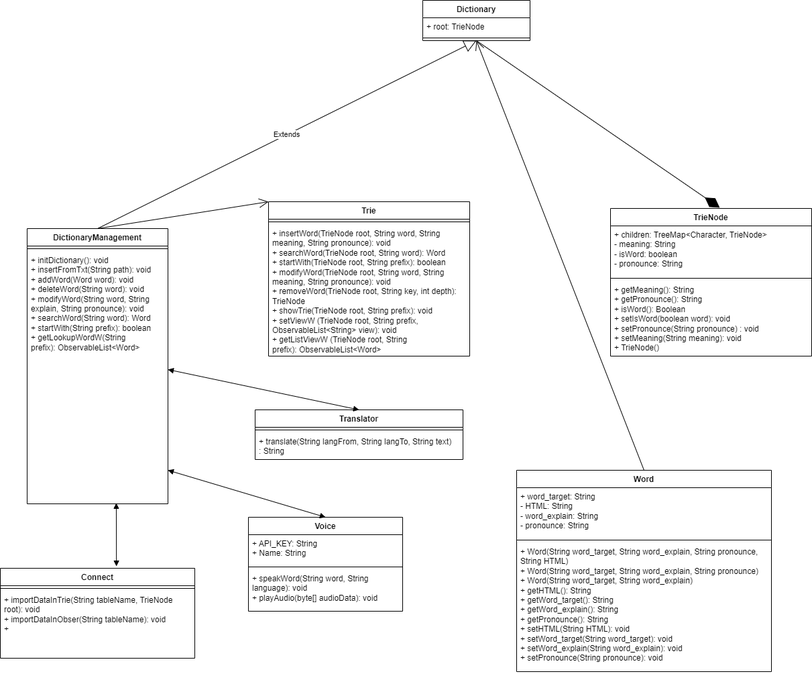
Before: Dictionary.drawio.png, a diagram exported from draw.io (Thangvu21/Project-OOP). Source tidied: cells renumbered, new cells last; positions are measured from the earlier drawing's top-left corner, leaving out a move shared by most shapes.
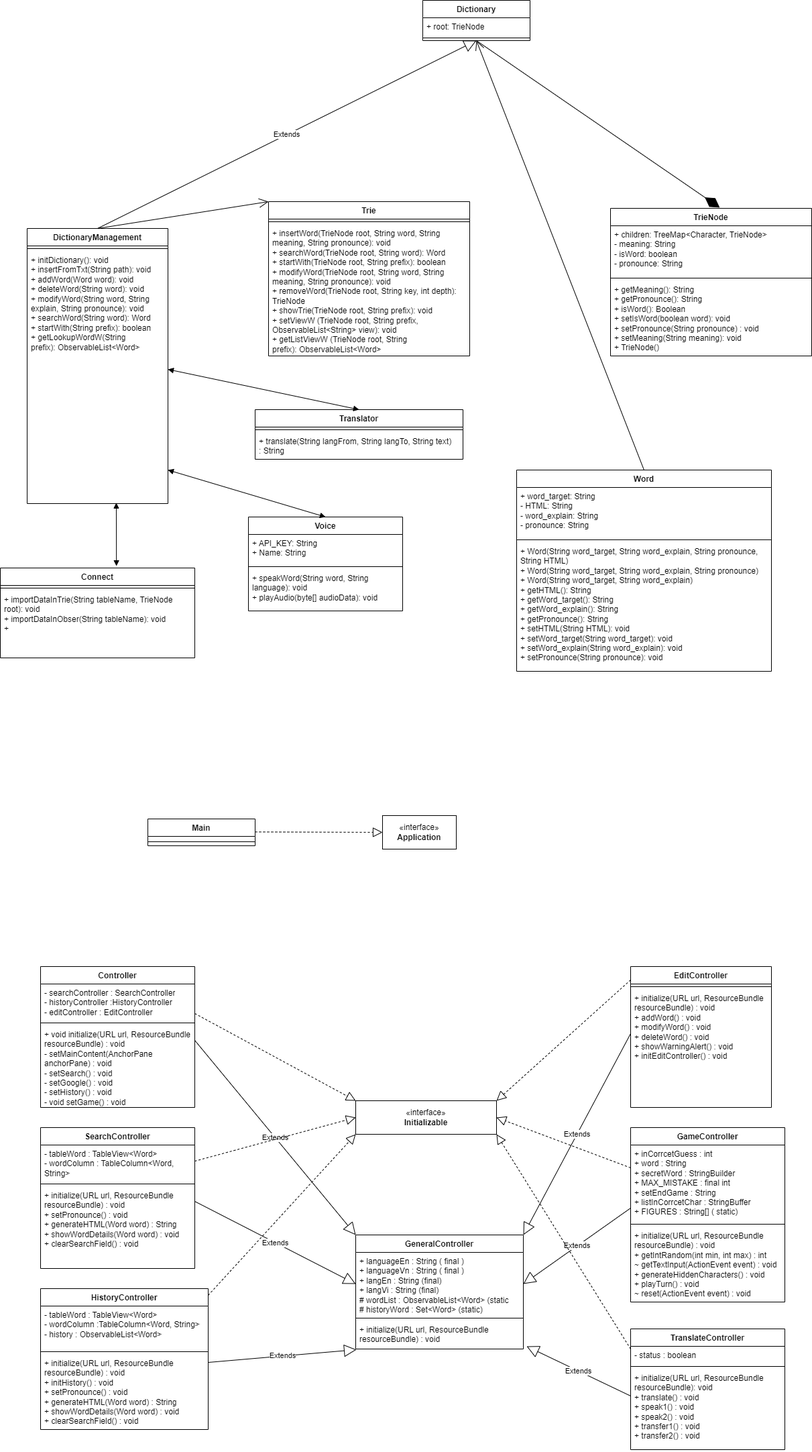
After the commit.

Commit message:
Cập nhật Dictionary.drawio.png

Change to the diagram source:
```diff
@@ -112,5 +112,169 @@
         <mxPoint x="250" y="550" as="sourcePoint" />
       </mxGeometry>
     </mxCell>
+    <mxCell id="36" value="Main&lt;br&gt;" style="swimlane;fontStyle=1;align=center;verticalAlign=top;horizontal=1;startSize=26;whiteSpace=wrap;html=1;" parent="1" vertex="1">
+      <mxGeometry x="220" y="1220" width="160" height="40" as="geometry" />
+    </mxCell>
+    <mxCell id="37" value="+ field: type" style="text;strokeColor=none;fillColor=none;align=left;verticalAlign=top;spacingLeft=4;spacingRight=4;overflow=hidden;whiteSpace=wrap;html=1;" parent="36" vertex="1">
+      <mxGeometry y="26" width="160" height="4" as="geometry" />
+    </mxCell>
+    <mxCell id="38" style="line;strokeWidth=1;fillColor=none;align=left;verticalAlign=middle;spacingTop=-1;spacingLeft=3;spacingRight=3;labelPosition=right;strokeColor=inherit;" parent="36" vertex="1">
+      <mxGeometry y="30" width="160" height="8" as="geometry" />
+    </mxCell>
+    <mxCell id="39" value="+ method(type): type" style="text;strokeColor=none;fillColor=none;align=left;verticalAlign=top;spacingLeft=4;spacingRight=4;overflow=hidden;whiteSpace=wrap;html=1;" parent="36" vertex="1">
+      <mxGeometry y="38" width="160" height="2" as="geometry" />
+    </mxCell>
+    <mxCell id="40" value="«interface»&lt;br&gt;&lt;b&gt;Application&lt;/b&gt;" style="html=1;whiteSpace=wrap;" parent="1" vertex="1">
+      <mxGeometry x="570" y="1215" width="110" height="50" as="geometry" />
+    </mxCell>
+    <mxCell id="41" value="Controller" style="swimlane;fontStyle=1;align=center;verticalAlign=top;horizontal=1;startSize=26;whiteSpace=wrap;html=1;" parent="1" vertex="1">
+      <mxGeometry x="60" y="1440" width="230" height="210" as="geometry" />
+    </mxCell>
+    <mxCell id="42" value="-&amp;nbsp;searchController :&amp;nbsp;SearchController&lt;br&gt;-&amp;nbsp;historyController :HistoryController&lt;br&gt;-&amp;nbsp;editController :&amp;nbsp;EditController" style="text;strokeColor=none;fillColor=none;align=left;verticalAlign=top;spacingLeft=4;spacingRight=4;overflow=hidden;whiteSpace=wrap;html=1;" parent="41" vertex="1">
+      <mxGeometry y="26" width="230" height="54" as="geometry" />
+    </mxCell>
+    <mxCell id="43" style="line;strokeWidth=1;fillColor=none;align=left;verticalAlign=middle;spacingTop=-1;spacingLeft=3;spacingRight=3;labelPosition=right;strokeColor=inherit;" parent="41" vertex="1">
+      <mxGeometry y="80" width="230" height="8" as="geometry" />
+    </mxCell>
+    <mxCell id="44" value="+&amp;nbsp;void initialize(URL url, ResourceBundle resourceBundle) : void&lt;br&gt;-&amp;nbsp;setMainContent(AnchorPane anchorPane) : void&lt;br&gt;-&amp;nbsp;setSearch() : void&lt;br&gt;-&amp;nbsp;setGoogle() : void&lt;br&gt;-&amp;nbsp;setHistory() : void&lt;br&gt;-&amp;nbsp;void setGame() : void" style="text;strokeColor=none;fillColor=none;align=left;verticalAlign=top;spacingLeft=4;spacingRight=4;overflow=hidden;whiteSpace=wrap;html=1;" parent="41" vertex="1">
+      <mxGeometry y="88" width="230" height="122" as="geometry" />
+    </mxCell>
+    <mxCell id="45" value="GeneralController" style="swimlane;fontStyle=1;align=center;verticalAlign=top;horizontal=1;startSize=26;whiteSpace=wrap;html=1;" parent="1" vertex="1">
+      <mxGeometry x="530" y="1840" width="250" height="170" as="geometry" />
+    </mxCell>
+    <mxCell id="46" value="+&amp;nbsp;languageEn : String ( final )&lt;br&gt;+&amp;nbsp;languageVn : String ( final )&lt;br&gt;+&amp;nbsp;langEn : String (final)&lt;br&gt;+&amp;nbsp;langVi : String (final)&lt;br&gt;# wordList :&amp;nbsp;ObservableList&amp;lt;Word&amp;gt; (static&lt;br&gt;#&amp;nbsp;historyWord :&amp;nbsp;Set&amp;lt;Word&amp;gt; (static)" style="text;strokeColor=none;fillColor=none;align=left;verticalAlign=top;spacingLeft=4;spacingRight=4;overflow=hidden;points=[[0,0.5],[1,0.5]];portConstraint=eastwest;whiteSpace=wrap;html=1;" parent="45" vertex="1">
+      <mxGeometry y="26" width="250" height="94" as="geometry" />
+    </mxCell>
+    <mxCell id="47" style="line;strokeWidth=1;fillColor=none;align=left;verticalAlign=middle;spacingTop=-1;spacingLeft=3;spacingRight=3;labelPosition=right;strokeColor=inherit;" parent="45" vertex="1">
+      <mxGeometry y="120" width="250" height="8" as="geometry" />
+    </mxCell>
+    <mxCell id="48" value="+&amp;nbsp;initialize(URL url, ResourceBundle resourceBundle) : void&lt;br&gt;" style="text;strokeColor=none;fillColor=none;align=left;verticalAlign=top;spacingLeft=4;spacingRight=4;overflow=hidden;points=[[0,0.5],[1,0.5]];portConstraint=eastwest;whiteSpace=wrap;html=1;" parent="45" vertex="1">
+      <mxGeometry y="128" width="250" height="42" as="geometry" />
+    </mxCell>
+    <mxCell id="49" value="SearchController" style="swimlane;fontStyle=1;align=center;verticalAlign=top;horizontal=1;startSize=26;whiteSpace=wrap;html=1;" parent="1" vertex="1">
+      <mxGeometry x="60" y="1680" width="230" height="210" as="geometry" />
+    </mxCell>
+    <mxCell id="50" value="-&amp;nbsp;tableWord :&amp;nbsp;TableView&amp;lt;Word&amp;gt;&lt;br&gt;-&amp;nbsp;wordColumn :&amp;nbsp;TableColumn&amp;lt;Word, String&amp;gt;" style="text;strokeColor=none;fillColor=none;align=left;verticalAlign=top;spacingLeft=4;spacingRight=4;overflow=hidden;whiteSpace=wrap;html=1;" parent="49" vertex="1">
+      <mxGeometry y="26" width="230" height="54" as="geometry" />
+    </mxCell>
+    <mxCell id="51" style="line;strokeWidth=1;fillColor=none;align=left;verticalAlign=middle;spacingTop=-1;spacingLeft=3;spacingRight=3;labelPosition=right;strokeColor=inherit;" parent="49" vertex="1">
+      <mxGeometry y="80" width="230" height="8" as="geometry" />
+    </mxCell>
+    <mxCell id="52" value="+&amp;nbsp;initialize(URL url, ResourceBundle resourceBundle) : void&lt;br&gt;+&amp;nbsp;setPronounce() : void&lt;br&gt;+&amp;nbsp;generateHTML(Word word) : String&lt;br&gt;+&amp;nbsp;showWordDetails(Word word) : void&lt;br&gt;+&amp;nbsp;clearSearchField() : void" style="text;strokeColor=none;fillColor=none;align=left;verticalAlign=top;spacingLeft=4;spacingRight=4;overflow=hidden;whiteSpace=wrap;html=1;" parent="49" vertex="1">
+      <mxGeometry y="88" width="230" height="122" as="geometry" />
+    </mxCell>
+    <mxCell id="53" value="HistoryController" style="swimlane;fontStyle=1;align=center;verticalAlign=top;horizontal=1;startSize=26;whiteSpace=wrap;html=1;" parent="1" vertex="1">
+      <mxGeometry x="60" y="1920" width="250" height="210" as="geometry" />
+    </mxCell>
+    <mxCell id="54" value="-&amp;nbsp;tableWord :&amp;nbsp;TableView&amp;lt;Word&amp;gt;&lt;br&gt;-&amp;nbsp;wordColumn :TableColumn&amp;lt;Word, String&amp;gt;&lt;br&gt;-&amp;nbsp;history :&amp;nbsp;ObservableList&amp;lt;Word&amp;gt;&lt;br&gt;" style="text;strokeColor=none;fillColor=none;align=left;verticalAlign=top;spacingLeft=4;spacingRight=4;overflow=hidden;whiteSpace=wrap;html=1;" parent="53" vertex="1">
+      <mxGeometry y="26" width="250" height="64" as="geometry" />
+    </mxCell>
+    <mxCell id="55" style="line;strokeWidth=1;fillColor=none;align=left;verticalAlign=middle;spacingTop=-1;spacingLeft=3;spacingRight=3;labelPosition=right;strokeColor=inherit;" parent="53" vertex="1">
+      <mxGeometry y="90" width="250" height="8" as="geometry" />
+    </mxCell>
+    <mxCell id="56" value="+&amp;nbsp;initialize(URL url, ResourceBundle resourceBundle) : void&lt;br&gt;+&amp;nbsp;initHistory() : void&lt;br&gt;+&amp;nbsp;setPronounce() : void&lt;br&gt;+&amp;nbsp;generateHTML(Word word) : String&lt;br&gt;+&amp;nbsp;showWordDetails(Word word) : void&lt;br&gt;+&amp;nbsp;clearSearchField() : void&lt;br&gt;" style="text;strokeColor=none;fillColor=none;align=left;verticalAlign=top;spacingLeft=4;spacingRight=4;overflow=hidden;whiteSpace=wrap;html=1;" parent="53" vertex="1">
+      <mxGeometry y="98" width="250" height="112" as="geometry" />
+    </mxCell>
+    <mxCell id="57" value="EditController" style="swimlane;fontStyle=1;align=center;verticalAlign=top;horizontal=1;startSize=26;whiteSpace=wrap;html=1;" parent="1" vertex="1">
+      <mxGeometry x="940" y="1440" width="210" height="210" as="geometry" />
+    </mxCell>
+    <mxCell id="58" style="endArrow=block;dashed=1;endFill=0;endSize=12;html=1;rounded=0;entryX=1;entryY=0;entryDx=0;entryDy=0;" parent="57" edge="1" target="68">
+      <mxGeometry relative="1" as="geometry">
+        <mxPoint y="20" as="sourcePoint" />
+      </mxGeometry>
+    </mxCell>
+    <mxCell id="59" style="line;strokeWidth=1;fillColor=none;align=left;verticalAlign=middle;spacingTop=-1;spacingLeft=3;spacingRight=3;labelPosition=right;strokeColor=inherit;" parent="57" vertex="1">
+      <mxGeometry y="26" width="210" height="8" as="geometry" />
+    </mxCell>
+    <mxCell id="60" value="Extends" style="endArrow=block;endSize=16;endFill=0;html=1;rounded=0;entryX=1;entryY=0;entryDx=0;entryDy=0;" parent="57" edge="1" target="45">
+      <mxGeometry relative="1" as="geometry">
+        <mxPoint y="100" as="sourcePoint" />
+      </mxGeometry>
+    </mxCell>
+    <mxCell id="61" value="+&amp;nbsp;initialize(URL url, ResourceBundle resourceBundle) : void&lt;br&gt;+&amp;nbsp;addWord() : void&lt;br&gt;+&amp;nbsp;modifyWord() : void&lt;br&gt;+&amp;nbsp;deleteWord() : void&lt;br&gt;+&amp;nbsp;showWarningAlert() : void&lt;br&gt;+&amp;nbsp;initEditController() : void&lt;br&gt;" style="text;strokeColor=none;fillColor=none;align=left;verticalAlign=top;spacingLeft=4;spacingRight=4;overflow=hidden;whiteSpace=wrap;html=1;" parent="57" vertex="1">
+      <mxGeometry y="34" width="210" height="176" as="geometry" />
+    </mxCell>
+    <mxCell id="62" value="GameController" style="swimlane;fontStyle=1;align=center;verticalAlign=top;horizontal=1;startSize=26;whiteSpace=wrap;html=1;" parent="1" vertex="1">
+      <mxGeometry x="940" y="1680" width="230" height="260" as="geometry" />
+    </mxCell>
+    <mxCell id="63" style="endArrow=block;dashed=1;endFill=0;endSize=12;html=1;rounded=0;entryX=1;entryY=0.5;entryDx=0;entryDy=0;" parent="62" edge="1" target="68">
+      <mxGeometry relative="1" as="geometry">
+        <mxPoint y="60" as="sourcePoint" />
+      </mxGeometry>
+    </mxCell>
+    <mxCell id="64" value="+&amp;nbsp;inCorrcetGuess : int&lt;br&gt;+&amp;nbsp;word : String&lt;br&gt;+&amp;nbsp;secretWord :&amp;nbsp;StringBuilder&lt;br&gt;+&amp;nbsp;MAX_MISTAKE : final int&lt;br&gt;+&amp;nbsp;setEndGame : String&lt;br&gt;+&amp;nbsp;listInCorrcetChar :&amp;nbsp;StringBuffer&lt;br&gt;+&amp;nbsp;FIGURES :&amp;nbsp;String[] ( static)" style="text;strokeColor=none;fillColor=none;align=left;verticalAlign=top;spacingLeft=4;spacingRight=4;overflow=hidden;whiteSpace=wrap;html=1;" parent="62" vertex="1">
+      <mxGeometry y="26" width="230" height="114" as="geometry" />
+    </mxCell>
+    <mxCell id="65" value="Extends" style="endArrow=block;endSize=16;endFill=0;html=1;rounded=0;entryX=1;entryY=0.5;entryDx=0;entryDy=0;" parent="62" edge="1" target="46">
+      <mxGeometry relative="1" as="geometry">
+        <mxPoint y="120" as="sourcePoint" />
+      </mxGeometry>
+    </mxCell>
+    <mxCell id="66" style="line;strokeWidth=1;fillColor=none;align=left;verticalAlign=middle;spacingTop=-1;spacingLeft=3;spacingRight=3;labelPosition=right;strokeColor=inherit;" parent="62" vertex="1">
+      <mxGeometry y="140" width="230" height="8" as="geometry" />
+    </mxCell>
+    <mxCell id="67" value="+&amp;nbsp;initialize(URL url, ResourceBundle resourceBundle) : void&lt;br&gt;+&amp;nbsp;getIntRandom(int min, int max) : int&lt;br&gt;~&amp;nbsp;getTextInput(ActionEvent event) : void&lt;br&gt;+&amp;nbsp;generateHiddenCharacters() : void&lt;br&gt;+&amp;nbsp;playTurn() : void&lt;br&gt;~&amp;nbsp;reset(ActionEvent event) : void" style="text;strokeColor=none;fillColor=none;align=left;verticalAlign=top;spacingLeft=4;spacingRight=4;overflow=hidden;whiteSpace=wrap;html=1;" parent="62" vertex="1">
+      <mxGeometry y="148" width="230" height="112" as="geometry" />
+    </mxCell>
+    <mxCell id="68" value="«interface»&lt;br&gt;&lt;b&gt;Initializable&lt;/b&gt;" style="html=1;whiteSpace=wrap;" parent="1" vertex="1">
+      <mxGeometry x="530" y="1640" width="210" height="50" as="geometry" />
+    </mxCell>
+    <mxCell id="69" value="TranslateController" style="swimlane;fontStyle=1;align=center;verticalAlign=top;horizontal=1;startSize=26;whiteSpace=wrap;html=1;" parent="1" vertex="1">
+      <mxGeometry x="940" y="1980" width="230" height="180" as="geometry" />
+    </mxCell>
+    <mxCell id="70" style="endArrow=block;dashed=1;endFill=0;endSize=12;html=1;rounded=0;entryX=1;entryY=1;entryDx=0;entryDy=0;" parent="69" edge="1" target="68">
+      <mxGeometry relative="1" as="geometry">
+        <mxPoint y="30" as="sourcePoint" />
+      </mxGeometry>
+    </mxCell>
+    <mxCell id="71" value="-&amp;nbsp;status : boolean" style="text;strokeColor=none;fillColor=none;align=left;verticalAlign=top;spacingLeft=4;spacingRight=4;overflow=hidden;whiteSpace=wrap;html=1;" parent="69" vertex="1">
+      <mxGeometry y="26" width="230" height="26" as="geometry" />
+    </mxCell>
+    <mxCell id="72" style="line;strokeWidth=1;fillColor=none;align=left;verticalAlign=middle;spacingTop=-1;spacingLeft=3;spacingRight=3;labelPosition=right;strokeColor=inherit;" parent="69" vertex="1">
+      <mxGeometry y="52" width="230" height="8" as="geometry" />
+    </mxCell>
+    <mxCell id="73" value="Extends" style="endArrow=block;endSize=16;endFill=0;html=1;rounded=0;entryX=1.02;entryY=0.905;entryDx=0;entryDy=0;entryPerimeter=0;" parent="69" edge="1" target="48">
+      <mxGeometry relative="1" as="geometry">
+        <mxPoint y="100" as="sourcePoint" />
+      </mxGeometry>
+    </mxCell>
+    <mxCell id="74" value="+&amp;nbsp;initialize(URL url, ResourceBundle resourceBundle): void&lt;br&gt;+&amp;nbsp;translate() : void&lt;br&gt;+&amp;nbsp;speak1() : void&lt;br&gt;+&amp;nbsp;speak2() : void&lt;br&gt;+&amp;nbsp;transfer1() : void&lt;br&gt;+&amp;nbsp;transfer2() : void" style="text;strokeColor=none;fillColor=none;align=left;verticalAlign=top;spacingLeft=4;spacingRight=4;overflow=hidden;whiteSpace=wrap;html=1;" parent="69" vertex="1">
+      <mxGeometry y="60" width="230" height="120" as="geometry" />
+    </mxCell>
+    <mxCell id="75" value="Extends" style="endArrow=block;endSize=16;endFill=0;html=1;rounded=0;entryX=0;entryY=0;entryDx=0;entryDy=0;" parent="1" edge="1" target="45">
+      <mxGeometry relative="1" as="geometry">
+        <mxPoint x="290" y="1550" as="sourcePoint" />
+      </mxGeometry>
+    </mxCell>
+    <mxCell id="76" value="Extends" style="endArrow=block;endSize=16;endFill=0;html=1;rounded=0;entryX=0;entryY=0.5;entryDx=0;entryDy=0;" parent="1" edge="1" target="46">
+      <mxGeometry relative="1" as="geometry">
+        <mxPoint x="290" y="1790" as="sourcePoint" />
+      </mxGeometry>
+    </mxCell>
+    <mxCell id="77" value="Extends" style="endArrow=block;endSize=16;endFill=0;html=1;rounded=0;entryX=0.004;entryY=1.024;entryDx=0;entryDy=0;entryPerimeter=0;" parent="1" edge="1" target="48">
+      <mxGeometry relative="1" as="geometry">
+        <mxPoint x="310" y="2030" as="sourcePoint" />
+      </mxGeometry>
+    </mxCell>
+    <mxCell id="78" style="endArrow=block;dashed=1;endFill=0;endSize=12;html=1;rounded=0;entryX=0;entryY=0.5;entryDx=0;entryDy=0;" parent="1" edge="1" target="40">
+      <mxGeometry relative="1" as="geometry">
+        <mxPoint x="380" y="1239.4" as="sourcePoint" />
+      </mxGeometry>
+    </mxCell>
+    <mxCell id="79" style="endArrow=block;dashed=1;endFill=0;endSize=12;html=1;rounded=0;entryX=0;entryY=0;entryDx=0;entryDy=0;" parent="1" edge="1" target="68">
+      <mxGeometry relative="1" as="geometry">
+        <mxPoint x="290" y="1510" as="sourcePoint" />
+      </mxGeometry>
+    </mxCell>
+    <mxCell id="80" style="endArrow=block;dashed=1;endFill=0;endSize=12;html=1;rounded=0;entryX=0;entryY=0.5;entryDx=0;entryDy=0;" parent="1" edge="1" target="68">
+      <mxGeometry relative="1" as="geometry">
+        <mxPoint x="290" y="1730" as="sourcePoint" />
+      </mxGeometry>
+    </mxCell>
+    <mxCell id="81" style="endArrow=block;dashed=1;endFill=0;endSize=12;html=1;rounded=0;entryX=0;entryY=1;entryDx=0;entryDy=0;" parent="1" edge="1" target="68">
+      <mxGeometry relative="1" as="geometry">
+        <mxPoint x="310" y="1930" as="sourcePoint" />
+      </mxGeometry>
+    </mxCell>
   </root>
 </mxGraphModel>
```
